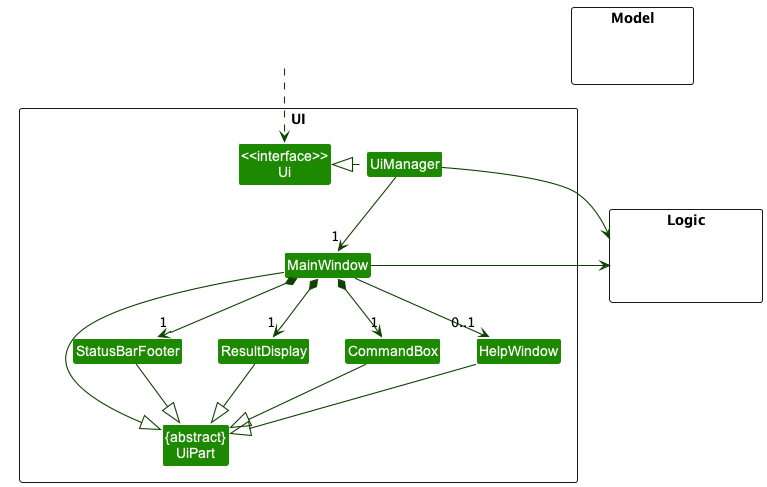
This is docs/images/UiClassDiagram.png from nus-cs2103-AY2223S2/tp, a PlantUML export, as it was before one commit.
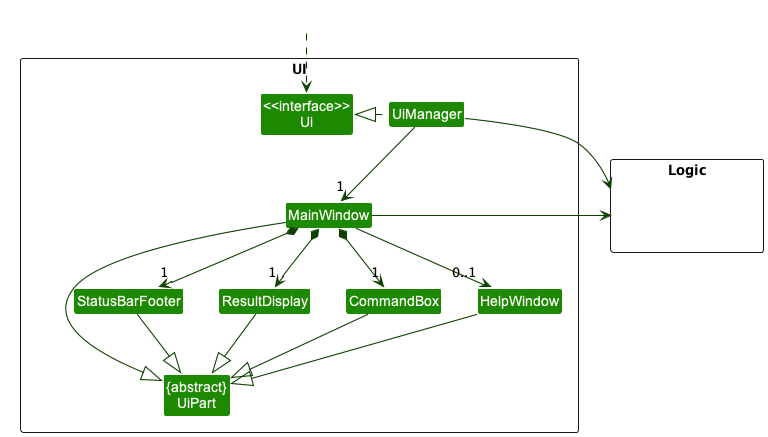
The same file after the commit.

Commit message:
Add minor changes to UML diagrams

What changed in the source:
```diff
@@ -15,9 +15,6 @@
 Class CommandBox
 }
 
-package Model <<Rectangle>> {
-Class HiddenModel #FFFFFF
-}
 
 package Logic <<Rectangle>> {
 Class HiddenLogic #FFFFFF
```
